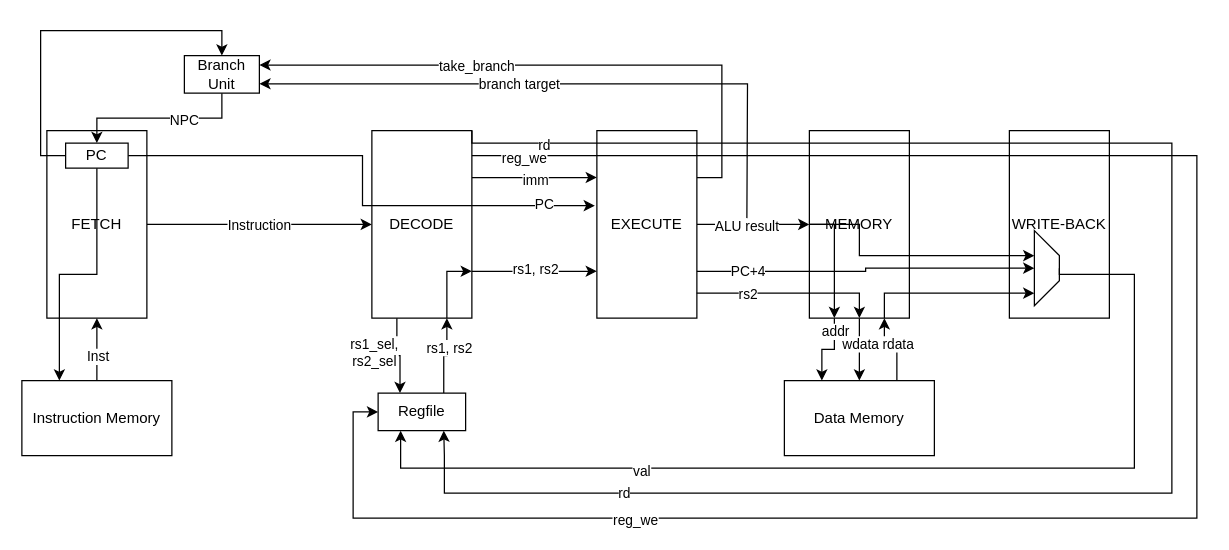
The draw.io diagram doc/pipeline_diagram.drawio in kyaso/py-v, before the edit. Source tidied: cells renumbered, new cells numbered last; positions are measured from the earlier drawing's top-left corner, leaving out a move shared by most shapes. Both pictures are drawn from the tidied source at 125%, with x=0, y=0 at pixel (21, 55).
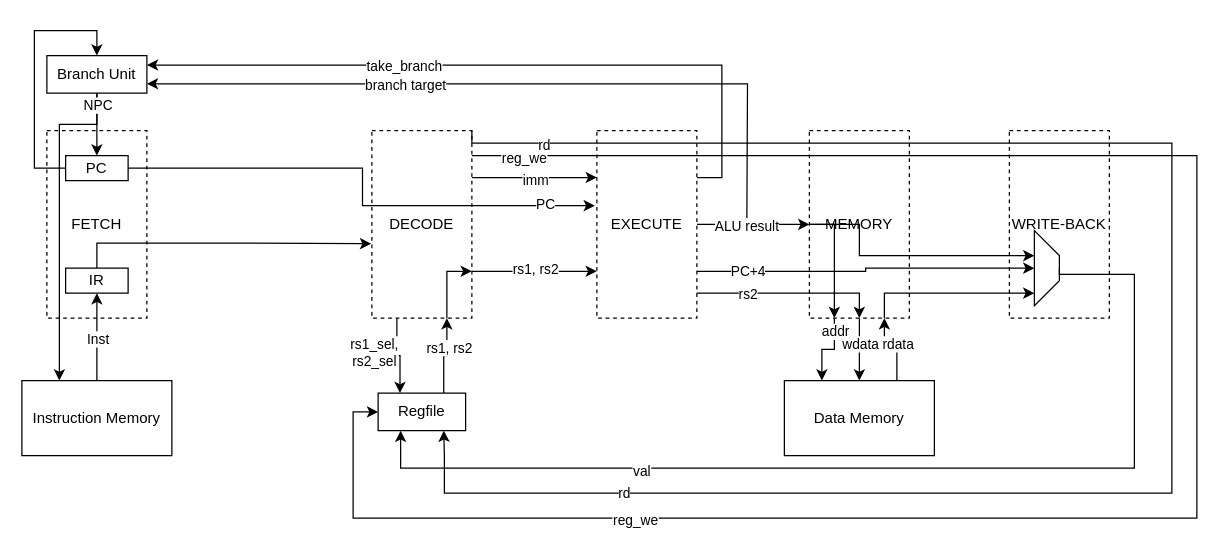
Above is the later version.

Unchanged cells that the change refers to:
```xml
<mxCell id="22" value="Instruction Memory" style="rounded=0;whiteSpace=wrap;html=1;" parent="1" vertex="1">
  <mxGeometry y="260" width="120" height="60" as="geometry" />
</mxCell>
<mxCell id="33" style="edgeStyle=orthogonalEdgeStyle;rounded=0;jettySize=auto;html=1;exitX=1;exitY=0.75;exitDx=0;exitDy=0;startArrow=classic;startFill=1;endArrow=none;endFill=0;" parent="1" edge="1" source="35">
  <mxGeometry relative="1" as="geometry">
    <mxPoint x="580" y="130" as="targetPoint" />
  </mxGeometry>
</mxCell>
```

Change to the diagram source:
```diff
@@
-    <mxCell id="2" style="edgeStyle=orthogonalEdgeStyle;rounded=0;jettySize=auto;html=1;exitX=1;exitY=0.5;exitDx=0;exitDy=0;entryX=0;entryY=0.5;entryDx=0;entryDy=0;" parent="1" edge="1" source="4" target="8">
-      <mxGeometry relative="1" as="geometry" />
-    </mxCell>
-    <mxCell id="3" value="Instruction" style="edgeLabel;html=1;align=center;verticalAlign=middle;" parent="2" vertex="1">
-      <mxGeometry x="0.26" relative="1" as="geometry">
-        <mxPoint x="-23.1" as="offset" />
-      </mxGeometry>
-    </mxCell>
-    <mxCell id="4" value="FETCH" style="rounded=0;whiteSpace=wrap;html=1;" parent="1" vertex="1">
+    <mxCell id="4" value="FETCH" style="rounded=0;whiteSpace=wrap;html=1;dashed=1;" parent="1" vertex="1">
       <mxGeometry x="20" y="60" width="80" height="150" as="geometry" />
     </mxCell>
@@
-    <mxCell id="8" value="DECODE" style="rounded=0;whiteSpace=wrap;html=1;" parent="1" vertex="1">
+    <mxCell id="8" value="DECODE" style="rounded=0;whiteSpace=wrap;html=1;dashed=1;" parent="1" vertex="1">
       <mxGeometry x="280" y="60" width="80" height="150" as="geometry" />
     </mxCell>
@@
-    <mxCell id="13" value="EXECUTE" style="rounded=0;whiteSpace=wrap;html=1;" parent="1" vertex="1">
+    <mxCell id="13" value="EXECUTE" style="rounded=0;whiteSpace=wrap;html=1;dashed=1;" parent="1" vertex="1">
       <mxGeometry x="460" y="60" width="80" height="150" as="geometry" />
     </mxCell>
@@
-    <mxCell id="18" value="MEMORY" style="rounded=0;whiteSpace=wrap;html=1;" parent="1" vertex="1">
+    <mxCell id="18" value="MEMORY" style="rounded=0;whiteSpace=wrap;html=1;dashed=1;" parent="1" vertex="1">
       <mxGeometry x="630" y="60" width="80" height="150" as="geometry" />
     </mxCell>
-    <mxCell id="19" value="WRITE-BACK" style="rounded=0;whiteSpace=wrap;html=1;" parent="1" vertex="1">
+    <mxCell id="19" value="WRITE-BACK" style="rounded=0;whiteSpace=wrap;html=1;dashed=1;" parent="1" vertex="1">
       <mxGeometry x="790" y="60" width="80" height="150" as="geometry" />
     </mxCell>
-    <mxCell id="20" style="edgeStyle=orthogonalEdgeStyle;rounded=0;jettySize=auto;html=1;exitX=0.5;exitY=0;exitDx=0;exitDy=0;entryX=0.5;entryY=1;entryDx=0;entryDy=0;" parent="1" edge="1" source="22" target="4">
+    <mxCell id="20" style="edgeStyle=orthogonalEdgeStyle;rounded=0;jettySize=auto;html=1;exitX=0.5;exitY=0;exitDx=0;exitDy=0;entryX=0.5;entryY=1;entryDx=0;entryDy=0;" parent="1" edge="1" source="22" target="61">
       <mxGeometry relative="1" as="geometry" />
     </mxCell>
@@
-    <mxCell id="31" style="edgeStyle=orthogonalEdgeStyle;rounded=0;jettySize=auto;html=1;exitX=0.5;exitY=1;exitDx=0;exitDy=0;entryX=0.5;entryY=0;entryDx=0;entryDy=0;startArrow=none;startFill=0;" parent="1" edge="1" source="35" target="40">
-      <mxGeometry relative="1" as="geometry" />
-    </mxCell>
-    <mxCell id="32" value="NPC" style="edgeLabel;html=1;align=center;verticalAlign=middle;" parent="31" vertex="1">
-      <mxGeometry x="-0.56" y="1" relative="1" as="geometry">
-        <mxPoint x="-19.2" as="offset" />
-      </mxGeometry>
-    </mxCell>
@@
     <mxCell id="34" value="&lt;div&gt;branch target&lt;/div&gt;" style="edgeLabel;html=1;align=center;verticalAlign=middle;" parent="33" vertex="1">
-      <mxGeometry x="-0.17" relative="1" as="geometry" />
+      <mxGeometry x="-0.17" relative="1" as="geometry">
+        <mxPoint x="-37.3" y="0.5" as="offset" />
+      </mxGeometry>
     </mxCell>
+    <mxCell id="31" style="edgeStyle=orthogonalEdgeStyle;rounded=0;jettySize=auto;html=1;exitX=0.5;exitY=1;exitDx=0;exitDy=0;entryX=0.5;entryY=0;entryDx=0;entryDy=0;startArrow=none;startFill=0;endArrow=classic;endFill=1;" parent="1" edge="1" source="35" target="40">
+      <mxGeometry relative="1" as="geometry" />
+    </mxCell>
+    <mxCell id="59" style="edgeStyle=orthogonalEdgeStyle;rounded=0;jettySize=auto;html=1;exitX=0.5;exitY=1;exitDx=0;exitDy=0;entryX=0.25;entryY=0;entryDx=0;entryDy=0;startArrow=none;startFill=0;endArrow=classic;endFill=1;" parent="1" edge="1" source="35" target="22">
+      <mxGeometry relative="1" as="geometry">
+        <Array as="points">
+          <mxPoint x="60" y="55" />
+          <mxPoint x="30" y="55" />
+        </Array>
+      </mxGeometry>
+    </mxCell>
+    <mxCell id="32" value="NPC" style="edgeLabel;html=1;align=center;verticalAlign=middle;" parent="59" vertex="1">
+      <mxGeometry x="-0.91" relative="1" as="geometry">
+        <mxPoint y="-2.1" as="offset" />
+      </mxGeometry>
+    </mxCell>
     <mxCell id="35" value="Branch Unit" style="rounded=0;whiteSpace=wrap;html=1;" parent="1" vertex="1">
-      <mxGeometry x="130" width="60" height="30" as="geometry" />
+      <mxGeometry x="20" width="80" height="30" as="geometry" />
     </mxCell>
-    <mxCell id="36" style="edgeStyle=orthogonalEdgeStyle;rounded=0;jettySize=auto;html=1;exitX=0.5;exitY=1;exitDx=0;exitDy=0;entryX=0.25;entryY=0;entryDx=0;entryDy=0;startArrow=none;startFill=0;" parent="1" edge="1" source="40" target="22">
-      <mxGeometry relative="1" as="geometry" />
-    </mxCell>
-    <mxCell id="37" style="edgeStyle=orthogonalEdgeStyle;rounded=0;jettySize=auto;html=1;exitX=0;exitY=0.5;exitDx=0;exitDy=0;entryX=0.5;entryY=0;entryDx=0;entryDy=0;startArrow=none;startFill=0;" parent="1" edge="1" source="40" target="35">
-      <mxGeometry relative="1" as="geometry" />
-    </mxCell>
@@
+    <mxCell id="37" style="edgeStyle=orthogonalEdgeStyle;rounded=0;jettySize=auto;html=1;exitX=0;exitY=0.5;exitDx=0;exitDy=0;entryX=0.5;entryY=0;entryDx=0;entryDy=0;startArrow=none;startFill=0;endArrow=classic;endFill=1;" parent="1" edge="1" source="40" target="35">
+      <mxGeometry relative="1" as="geometry">
+        <Array as="points">
+          <mxPoint x="10" y="90" />
+          <mxPoint x="10" y="-20" />
+          <mxPoint x="60" y="-20" />
+        </Array>
+      </mxGeometry>
+    </mxCell>
     <mxCell id="40" value="PC" style="rounded=0;whiteSpace=wrap;html=1;" parent="1" vertex="1">
-      <mxGeometry x="35" y="70" width="50" height="20" as="geometry" />
+      <mxGeometry x="35" y="80" width="50" height="20" as="geometry" />
     </mxCell>
@@
+    <mxCell id="60" style="edgeStyle=orthogonalEdgeStyle;rounded=0;jettySize=auto;html=1;exitX=0.5;exitY=0;exitDx=0;exitDy=0;entryX=-0.007;entryY=0.603;entryDx=0;entryDy=0;entryPerimeter=0;startArrow=none;startFill=0;endArrow=classic;endFill=1;" parent="1" edge="1" source="61" target="8">
+      <mxGeometry relative="1" as="geometry" />
+    </mxCell>
+    <mxCell id="61" value="IR" style="rounded=0;whiteSpace=wrap;html=1;" parent="1" vertex="1">
+      <mxGeometry x="35" y="170" width="50" height="20" as="geometry" />
+    </mxCell>
+    <mxCell id="62" style="edgeStyle=orthogonalEdgeStyle;rounded=0;orthogonalLoop=1;jettySize=auto;html=1;exitX=0.5;exitY=1;exitDx=0;exitDy=0;" parent="1" edge="1" source="4" target="4">
+      <mxGeometry relative="1" as="geometry" />
+    </mxCell>
```
